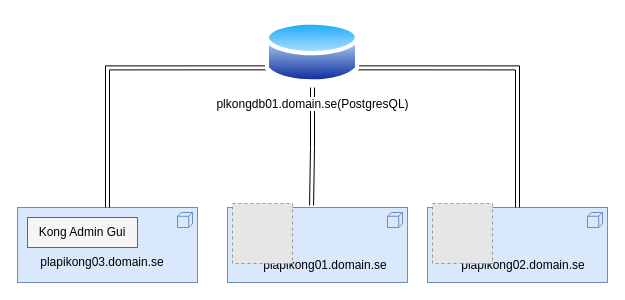
Earlier version of the draw.io diagram Untitled Diagram.drawio (Emfoo-dev/Emfoo-dev). Source tidied: cells renumbered, new cells numbered last; positions are measured from the earlier drawing's top-left corner, leaving out a move shared by most shapes. Both pictures are drawn from the tidied source at 100%, with x=0, y=0 at pixel (17, 17). Pictures stored in the file or linked from it are replaced by grey dashed boxes.
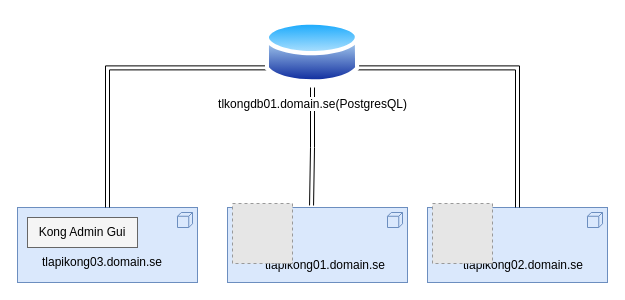
After the change.

The edit, as a diff of the source:
```diff
@@
 <mxGraphModel>
   <root>
     <mxCell id="0" />
     <mxCell id="1" parent="0" />
     <mxCell id="2" style="html=1;outlineConnect=0;whiteSpace=wrap;fillColor=#dae8fc;shape=mxgraph.archimate3.application;appType=node;archiType=square;strokeColor=#6c8ebf;" parent="1" vertex="1">
       <mxGeometry y="190" width="180" height="75" as="geometry" />
     </mxCell>
     <mxCell id="3" style="html=1;outlineConnect=0;whiteSpace=wrap;fillColor=#dae8fc;shape=mxgraph.archimate3.application;appType=node;archiType=square;strokeColor=#6c8ebf;" parent="1" vertex="1">
       <mxGeometry x="410" y="190" width="180" height="75" as="geometry" />
     </mxCell>
     <mxCell id="4" style="html=1;outlineConnect=0;whiteSpace=wrap;fillColor=#dae8fc;shape=mxgraph.archimate3.application;appType=node;archiType=square;strokeColor=#6c8ebf;" parent="1" vertex="1">
       <mxGeometry x="210" y="190" width="180" height="75" as="geometry" />
     </mxCell>
     <mxCell id="5" style="edgeStyle=orthogonalEdgeStyle;rounded=0;jettySize=auto;html=1;exitX=0;exitY=0.75;exitDx=0;exitDy=0;entryX=0.5;entryY=0;entryDx=0;entryDy=0;entryPerimeter=0;shape=link;" parent="1" edge="1" source="8" target="2">
       <mxGeometry relative="1" as="geometry" />
     </mxCell>
     <mxCell id="6" style="edgeStyle=orthogonalEdgeStyle;rounded=0;jettySize=auto;html=1;exitX=0.5;exitY=1;exitDx=0;exitDy=0;entryX=0.467;entryY=-0.027;entryDx=0;entryDy=0;entryPerimeter=0;shape=link;" parent="1" edge="1" source="8" target="4">
       <mxGeometry relative="1" as="geometry" />
     </mxCell>
     <mxCell id="7" style="edgeStyle=orthogonalEdgeStyle;rounded=0;jettySize=auto;html=1;exitX=1;exitY=0.75;exitDx=0;exitDy=0;entryX=0.5;entryY=0;entryDx=0;entryDy=0;entryPerimeter=0;shape=link;" parent="1" edge="1" source="8" target="3">
       <mxGeometry relative="1" as="geometry" />
     </mxCell>
-    <mxCell id="8" value="plkongdb01.domain.se(PostgresQL)" style="perimeter=ellipsePerimeter;html=1;align=center;shadow=0;dashed=0;spacingTop=3;image;image=img/lib/active_directory/database.svg;" parent="1" vertex="1">
+    <mxCell id="8" value="tlkongdb01.domain.se(PostgresQL)" style="perimeter=ellipsePerimeter;html=1;align=center;shadow=0;dashed=0;spacingTop=3;image;image=img/lib/active_directory/database.svg;" parent="1" vertex="1">
       <mxGeometry x="247.7" width="94.6" height="70" as="geometry" />
     </mxCell>
-    <mxCell id="9" value="plapikong01.domain.se" style="text;html=1;strokeColor=none;fillColor=none;align=center;verticalAlign=middle;whiteSpace=wrap;rounded=0;" parent="1" vertex="1">
+    <mxCell id="9" value="tlapikong01.domain.se" style="text;html=1;strokeColor=none;fillColor=none;align=center;verticalAlign=middle;whiteSpace=wrap;rounded=0;" parent="1" vertex="1">
       <mxGeometry x="233" y="233" width="150" height="30" as="geometry" />
     </mxCell>
-    <mxCell id="10" value="plapikong02.domain.se" style="text;html=1;strokeColor=none;fillColor=none;align=center;verticalAlign=middle;whiteSpace=wrap;rounded=0;" parent="1" vertex="1">
+    <mxCell id="10" value="tlapikong02.domain.se" style="text;html=1;strokeColor=none;fillColor=none;align=center;verticalAlign=middle;whiteSpace=wrap;rounded=0;" parent="1" vertex="1">
       <mxGeometry x="436" y="233" width="140" height="30" as="geometry" />
     </mxCell>
-    <mxCell id="11" value="plapikong03.domain.se" style="text;html=1;strokeColor=none;fillColor=none;align=center;verticalAlign=middle;whiteSpace=wrap;rounded=0;" parent="1" vertex="1">
+    <mxCell id="11" value="tlapikong03.domain.se" style="text;html=1;strokeColor=none;fillColor=none;align=center;verticalAlign=middle;whiteSpace=wrap;rounded=0;" parent="1" vertex="1">
       <mxGeometry x="10" y="230" width="150" height="30" as="geometry" />
     </mxCell>
     <mxCell id="12" style="fillColor=#E6E6E6;strokeColor=#999999;dashed=1;html=1;verticalAlign=top;verticalLabelPosition=bottom;labelBackgroundColor=#ffffff;" parent="1" vertex="1">
       <mxGeometry x="215" y="186" width="60" height="60" as="geometry" />
     </mxCell>
     <mxCell id="13" style="fillColor=#E6E6E6;strokeColor=#999999;dashed=1;html=1;verticalAlign=top;verticalLabelPosition=bottom;labelBackgroundColor=#ffffff;" parent="1" vertex="1">
       <mxGeometry x="415" y="186" width="60" height="60" as="geometry" />
     </mxCell>
     <mxCell id="14" value="Kong Admin Gui" style="rounded=0;whiteSpace=wrap;html=1;fillColor=#f5f5f5;strokeColor=#666666;" parent="1" vertex="1">
       <mxGeometry x="10" y="200" width="110" height="30" as="geometry" />
     </mxCell>
   </root>
 </mxGraphModel>
```
